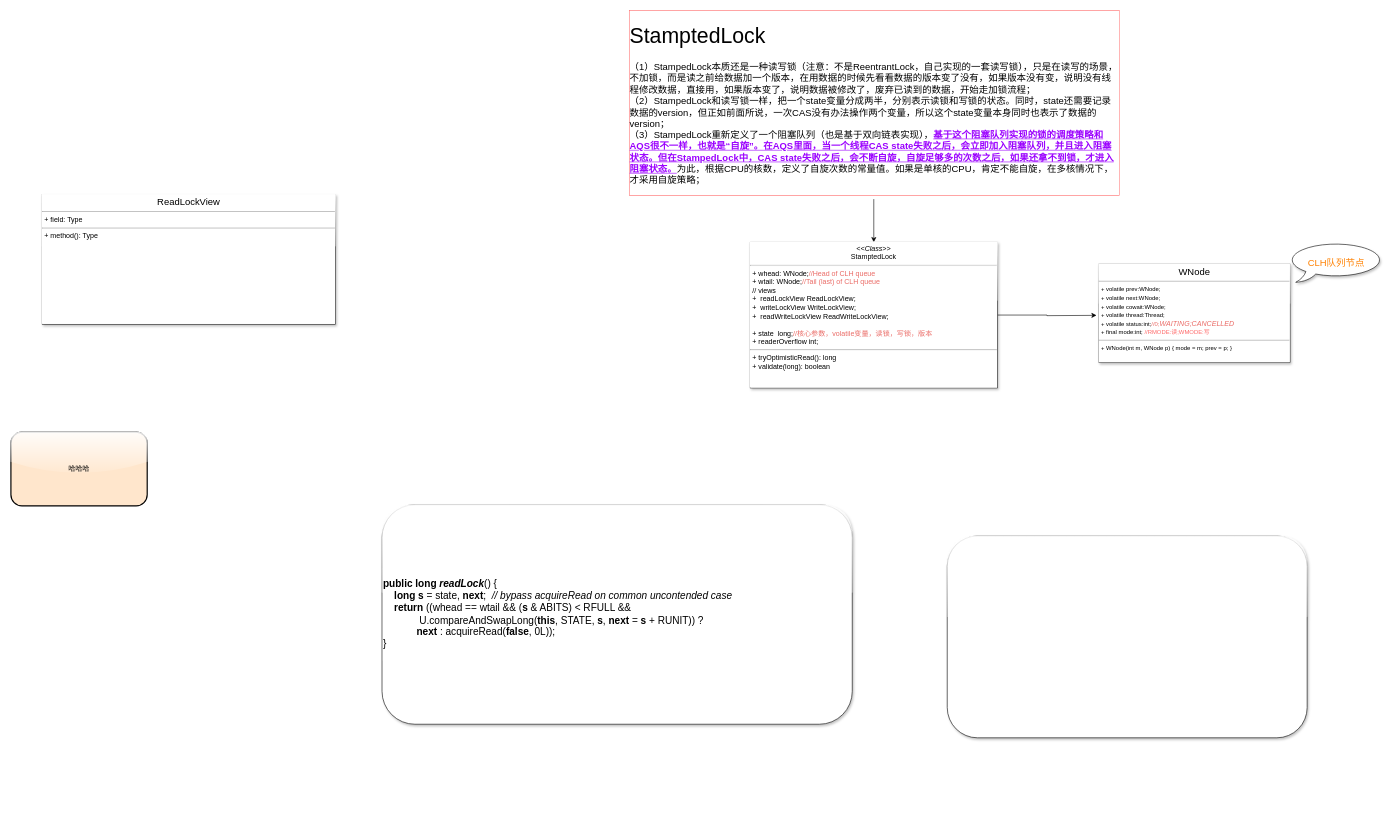
Above: page "StampedLock" (4 of 7) of JUC-锁.drawio in leoliangyixun/yuxin (draw.io), before the change. Source tidied: cells renumbered, new cells numbered last; positions are measured from the earlier drawing's top-left corner, leaving out a move shared by most shapes. Both pictures are drawn from the tidied source at 59%, with x=0, y=0 at pixel (11, 16).
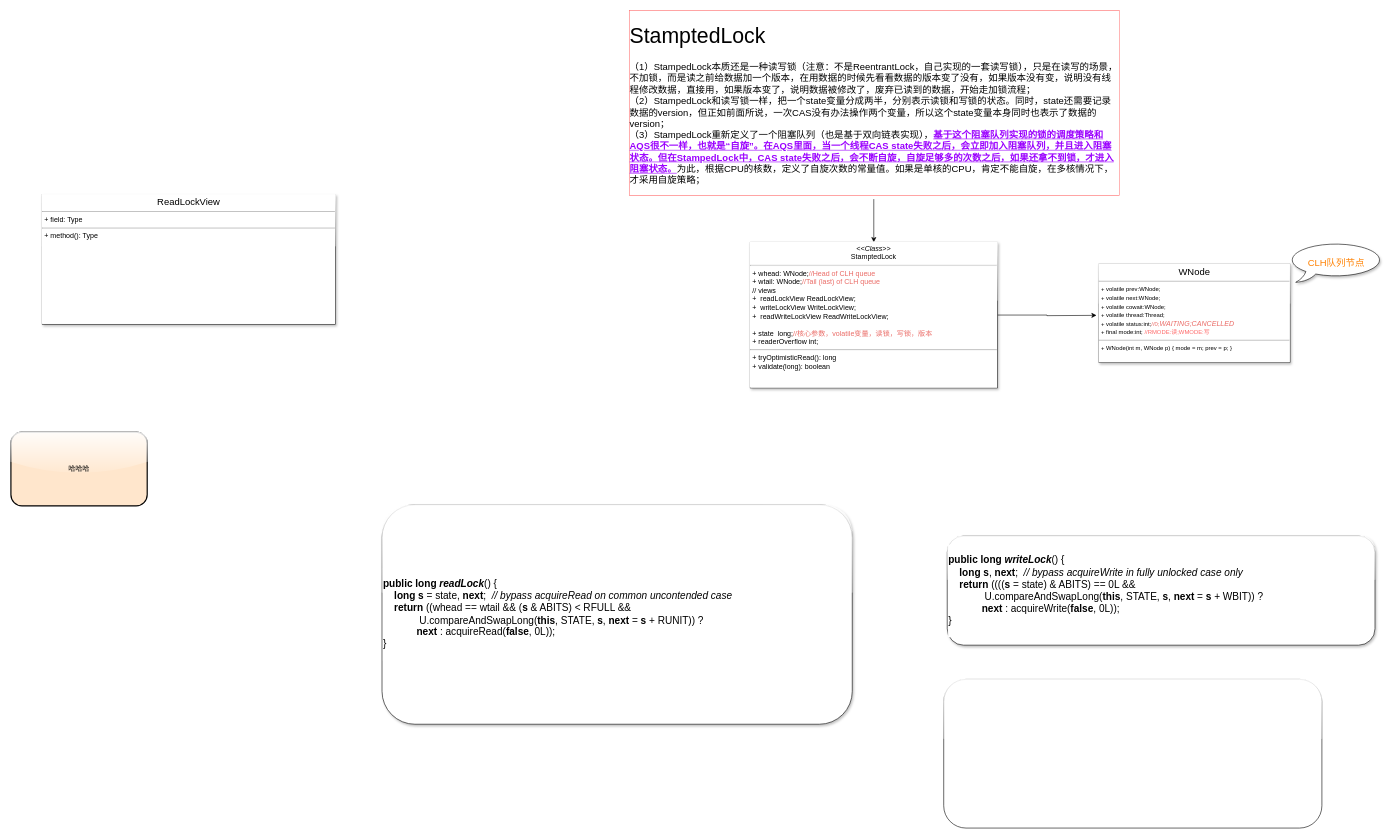
The same page after the edit.

What changed in the source:
```diff
@@
 <mxGraphModel>
   <root>
     <mxCell id="0" />
     <mxCell id="1" parent="0" />
     <mxCell id="2" style="edgeStyle=orthogonalEdgeStyle;rounded=0;jettySize=auto;html=1;fontFamily=Helvetica;fontSize=16;fontColor=#000000;" parent="1" edge="1" source="3" target="5">
       <mxGeometry relative="1" as="geometry" />
     </mxCell>
     <mxCell id="3" value="&lt;h1&gt;&lt;span style=&quot;font-weight: 400 ; text-align: center&quot;&gt;&lt;font style=&quot;font-size: 36px&quot;&gt;StamptedLock&lt;/font&gt;&lt;/span&gt;&lt;br&gt;&lt;/h1&gt;&lt;p&gt;（1）StampedLock本质还是一种读写锁（注意：不是ReentrantLock，自己实现的一套读写锁），只是在读写的场景，不加锁，而是读之前给数据加一个版本，在用数据的时候先看看数据的版本变了没有，如果版本没有变，说明没有线程修改数据，直接用，如果版本变了，说明数据被修改了，废弃已读到的数据，开始走加锁流程；&lt;br&gt;（2）StampedLock和读写锁一样，把一个state变量分成两半，分别表示读锁和写锁的状态。同时，state还需要记录数据的version，但正如前面所说，一次CAS没有办法操作两个变量，所以这个state变量本身同时也表示了数据的version；&lt;br&gt;（3）StampedLock重新定义了一个阻塞队列（也是基于双向链表实现），&lt;u style=&quot;color: rgb(155 , 0 , 255) ; font-weight: bold&quot;&gt;基于这个阻塞队列实现的锁的调度策略和AQS很不一样，也就是“自旋”。在AQS里面，当一个线程CAS state失败之后，会立即加入阻塞队列，并且进入阻塞状态。但在StampedLock中，CAS state失败之后，会不断自旋，自旋足够多的次数之后，如果还拿不到锁，才进入阻塞状态。&lt;/u&gt;为此，根据CPU的核数，定义了自旋次数的常量值。如果是单核的CPU，肯定不能自旋，在多核情况下，才采用自旋策略；&lt;br&gt;&lt;/p&gt;" style="text;html=1;strokeColor=none;fillColor=none;spacing=5;spacingTop=-20;whiteSpace=wrap;overflow=hidden;rounded=0;shadow=1;glass=1;labelBackgroundColor=#ffffff;fontFamily=Helvetica;fontSize=16;fontColor=#000000;align=left;labelBorderColor=#FF6666;" parent="1" vertex="1">
       <mxGeometry x="1042.5" width="840" height="310" as="geometry" />
     </mxCell>
     <mxCell id="4" style="edgeStyle=orthogonalEdgeStyle;rounded=0;jettySize=auto;html=1;exitX=1;exitY=0.5;exitDx=0;exitDy=0;fontFamily=Helvetica;fontSize=12;fontColor=#FF8000;" parent="1" edge="1" source="5">
       <mxGeometry relative="1" as="geometry">
         <mxPoint x="1840" y="507" as="targetPoint" />
       </mxGeometry>
     </mxCell>
     <mxCell id="5" value="&lt;p style=&quot;margin: 4px 0px 0px; text-align: center; font-size: 12px;&quot;&gt;&lt;i style=&quot;font-size: 12px;&quot;&gt;&amp;lt;&amp;lt;Class&amp;gt;&amp;gt;&lt;/i&gt;&lt;br style=&quot;font-size: 12px;&quot;&gt;&lt;span style=&quot;font-size: 12px;&quot;&gt;StamptedLock&lt;/span&gt;&lt;/p&gt;&lt;hr style=&quot;font-size: 12px;&quot;&gt;&lt;p style=&quot;margin: 0px 0px 0px 4px; font-size: 12px;&quot;&gt;+ whead: WNode;&lt;font color=&quot;#ea6b66&quot; style=&quot;font-size: 12px;&quot;&gt;//Head of CLH queue&lt;/font&gt;&lt;/p&gt;&lt;p style=&quot;margin: 0px 0px 0px 4px; font-size: 12px;&quot;&gt;+ wtail: WNode;&lt;font color=&quot;#ea6b66&quot; style=&quot;font-size: 12px;&quot;&gt;//Tail (last) of CLH queue&lt;/font&gt;&lt;/p&gt;&lt;p style=&quot;margin: 0px 0px 0px 4px; font-size: 12px;&quot;&gt;// views&lt;/p&gt;&lt;p style=&quot;margin: 0px 0px 0px 4px; font-size: 12px;&quot;&gt;+&amp;nbsp; readLockView ReadLockView;&lt;/p&gt;&lt;p style=&quot;margin: 0px 0px 0px 4px; font-size: 12px;&quot;&gt;+&amp;nbsp; writeLockView WriteLockView;&lt;/p&gt;&lt;p style=&quot;margin: 0px 0px 0px 4px; font-size: 12px;&quot;&gt;+&amp;nbsp; readWriteLockView ReadWriteLockView;&lt;/p&gt;&lt;p style=&quot;margin: 0px 0px 0px 4px; font-size: 12px;&quot;&gt;&lt;br style=&quot;font-size: 12px;&quot;&gt;&lt;/p&gt;&lt;p style=&quot;margin: 0px 0px 0px 4px; font-size: 12px;&quot;&gt;+ state&amp;nbsp; long;&lt;font color=&quot;#ea6b66&quot; style=&quot;font-size: 12px;&quot;&gt;//核心参数，volatile变量，读锁，写锁，版本&lt;/font&gt;&lt;/p&gt;&lt;p style=&quot;margin: 0px 0px 0px 4px; font-size: 12px;&quot;&gt;+ readerOverflow int;&lt;/p&gt;&lt;hr style=&quot;font-size: 12px;&quot;&gt;&lt;p style=&quot;margin: 0px 0px 0px 4px; font-size: 12px;&quot;&gt;+ tryOptimisticRead(): long&lt;br style=&quot;font-size: 12px;&quot;&gt;+ validate(long): boolean&lt;/p&gt;" style="verticalAlign=top;align=left;overflow=fill;fontSize=12;fontFamily=Helvetica;html=1;shadow=1;glass=1;labelBackgroundColor=#ffffff;fontStyle=0;" parent="1" vertex="1">
       <mxGeometry x="1253" y="383" width="419" height="247" as="geometry" />
     </mxCell>
     <mxCell id="6" value="&lt;pre style=&quot;font-family: &amp;quot;pt mono&amp;quot;; font-size: 12.8pt;&quot;&gt;&lt;span style=&quot;font-weight: bold;&quot;&gt;public long &lt;/span&gt;&lt;span style=&quot;font-weight: bold; font-style: italic;&quot;&gt;readLock&lt;/span&gt;&lt;span style=&quot;&quot;&gt;() {&lt;br&gt;&lt;/span&gt;&lt;span style=&quot;&quot;&gt;    &lt;/span&gt;&lt;span style=&quot;font-weight: bold;&quot;&gt;long &lt;/span&gt;&lt;span style=&quot;font-weight: bold&quot;&gt;s &lt;/span&gt;&lt;span style=&quot;&quot;&gt;= &lt;/span&gt;state&lt;span style=&quot;&quot;&gt;, &lt;/span&gt;&lt;span style=&quot;font-weight: bold&quot;&gt;next&lt;/span&gt;&lt;span style=&quot;&quot;&gt;;  &lt;/span&gt;&lt;span style=&quot;font-style: italic;&quot;&gt;// bypass acquireRead on common uncontended case&lt;br&gt;&lt;/span&gt;&lt;span style=&quot;font-style: italic;&quot;&gt;    &lt;/span&gt;&lt;span style=&quot;font-weight: bold;&quot;&gt;return &lt;/span&gt;&lt;span style=&quot;&quot;&gt;((&lt;/span&gt;whead &lt;span style=&quot;&quot;&gt;== &lt;/span&gt;wtail &lt;span style=&quot;&quot;&gt;&amp;amp;&amp;amp; &lt;/span&gt;&lt;span style=&quot;&quot;&gt;(&lt;/span&gt;&lt;span style=&quot;font-weight: bold&quot;&gt;s &lt;/span&gt;&lt;span style=&quot;&quot;&gt;&amp;amp; &lt;/span&gt;&lt;span style=&quot;&quot;&gt;ABITS) &lt;/span&gt;&lt;span style=&quot;&quot;&gt;&amp;lt; &lt;/span&gt;&lt;span style=&quot;&quot;&gt;RFULL &lt;/span&gt;&lt;span style=&quot;&quot;&gt;&amp;amp;&amp;amp;&lt;br&gt;&lt;/span&gt;&lt;span style=&quot;&quot;&gt;             &lt;/span&gt;&lt;span style=&quot;&quot;&gt;U&lt;/span&gt;&lt;span style=&quot;&quot;&gt;.&lt;/span&gt;&lt;span style=&quot;&quot;&gt;compareAndSwapLong&lt;/span&gt;&lt;span style=&quot;&quot;&gt;(&lt;/span&gt;&lt;span style=&quot;font-weight: bold;&quot;&gt;this&lt;/span&gt;&lt;span style=&quot;&quot;&gt;, &lt;/span&gt;&lt;span style=&quot;&quot;&gt;STATE&lt;/span&gt;&lt;span style=&quot;&quot;&gt;, &lt;/span&gt;&lt;span style=&quot;font-weight: bold&quot;&gt;s&lt;/span&gt;&lt;span style=&quot;&quot;&gt;, &lt;/span&gt;&lt;span style=&quot;font-weight: bold&quot;&gt;next &lt;/span&gt;&lt;span style=&quot;&quot;&gt;= &lt;/span&gt;&lt;span style=&quot;font-weight: bold&quot;&gt;s &lt;/span&gt;&lt;span style=&quot;&quot;&gt;+ &lt;/span&gt;&lt;span style=&quot;&quot;&gt;RUNIT)) &lt;/span&gt;&lt;span style=&quot;&quot;&gt;?&lt;br&gt;&lt;/span&gt;&lt;span style=&quot;&quot;&gt;            &lt;/span&gt;&lt;span style=&quot;font-weight: bold&quot;&gt;next &lt;/span&gt;&lt;span style=&quot;&quot;&gt;: &lt;/span&gt;&lt;span style=&quot;&quot;&gt;acquireRead&lt;/span&gt;&lt;span style=&quot;&quot;&gt;(&lt;/span&gt;&lt;span style=&quot;font-weight: bold;&quot;&gt;false&lt;/span&gt;&lt;span style=&quot;&quot;&gt;, &lt;/span&gt;&lt;span style=&quot;&quot;&gt;0L&lt;/span&gt;&lt;span style=&quot;&quot;&gt;))&lt;/span&gt;&lt;span style=&quot;&quot;&gt;;&lt;br&gt;&lt;/span&gt;&lt;span style=&quot;&quot;&gt;}&lt;/span&gt;&lt;/pre&gt;" style="rounded=1;whiteSpace=wrap;html=1;shadow=1;glass=1;labelBackgroundColor=#ffffff;fontFamily=Helvetica;fontSize=14;align=left;" parent="1" vertex="1">
       <mxGeometry x="629" y="828" width="797" height="372" as="geometry" />
     </mxCell>
-    <mxCell id="7" style="rounded=1;whiteSpace=wrap;html=1;shadow=1;glass=1;labelBackgroundColor=#ffffff;fontFamily=Helvetica;fontSize=14;fontColor=#000000;align=left;" parent="1" vertex="1">
-      <mxGeometry x="1587" y="881" width="610" height="342" as="geometry" />
+    <mxCell id="7" value="&lt;pre style=&quot;font-family: &amp;quot;pt mono&amp;quot; ; font-size: 12.8pt&quot;&gt;&lt;pre style=&quot;font-family: &amp;quot;pt mono&amp;quot;; font-size: 12.8pt;&quot;&gt;&lt;span style=&quot;font-weight: bold;&quot;&gt;public long &lt;/span&gt;&lt;span style=&quot;font-weight: bold; font-style: italic;&quot;&gt;writeLock&lt;/span&gt;&lt;span style=&quot;&quot;&gt;() {&lt;br&gt;&lt;/span&gt;&lt;span style=&quot;&quot;&gt;    &lt;/span&gt;&lt;span style=&quot;font-weight: bold;&quot;&gt;long &lt;/span&gt;&lt;span style=&quot;font-weight: bold&quot;&gt;s&lt;/span&gt;&lt;span style=&quot;&quot;&gt;, &lt;/span&gt;&lt;span style=&quot;font-weight: bold&quot;&gt;next&lt;/span&gt;&lt;span style=&quot;&quot;&gt;;  &lt;/span&gt;&lt;span style=&quot;font-style: italic;&quot;&gt;// bypass acquireWrite in fully unlocked case only&lt;br&gt;&lt;/span&gt;&lt;span style=&quot;font-style: italic;&quot;&gt;    &lt;/span&gt;&lt;span style=&quot;font-weight: bold;&quot;&gt;return &lt;/span&gt;&lt;span style=&quot;&quot;&gt;((((&lt;/span&gt;&lt;span style=&quot;font-weight: bold&quot;&gt;s &lt;/span&gt;&lt;span style=&quot;&quot;&gt;= &lt;/span&gt;state&lt;span style=&quot;&quot;&gt;) &lt;/span&gt;&lt;span style=&quot;&quot;&gt;&amp;amp; &lt;/span&gt;&lt;span style=&quot;&quot;&gt;ABITS) &lt;/span&gt;&lt;span style=&quot;&quot;&gt;== &lt;/span&gt;&lt;span style=&quot;&quot;&gt;0L &lt;/span&gt;&lt;span style=&quot;&quot;&gt;&amp;amp;&amp;amp;&lt;br&gt;&lt;/span&gt;&lt;span style=&quot;&quot;&gt;             &lt;/span&gt;&lt;span style=&quot;&quot;&gt;U&lt;/span&gt;&lt;span style=&quot;&quot;&gt;.&lt;/span&gt;&lt;span style=&quot;&quot;&gt;compareAndSwapLong&lt;/span&gt;&lt;span style=&quot;&quot;&gt;(&lt;/span&gt;&lt;span style=&quot;font-weight: bold;&quot;&gt;this&lt;/span&gt;&lt;span style=&quot;&quot;&gt;, &lt;/span&gt;&lt;span style=&quot;&quot;&gt;STATE&lt;/span&gt;&lt;span style=&quot;&quot;&gt;, &lt;/span&gt;&lt;span style=&quot;font-weight: bold&quot;&gt;s&lt;/span&gt;&lt;span style=&quot;&quot;&gt;, &lt;/span&gt;&lt;span style=&quot;font-weight: bold&quot;&gt;next &lt;/span&gt;&lt;span style=&quot;&quot;&gt;= &lt;/span&gt;&lt;span style=&quot;font-weight: bold&quot;&gt;s &lt;/span&gt;&lt;span style=&quot;&quot;&gt;+ &lt;/span&gt;&lt;span style=&quot;&quot;&gt;WBIT)) &lt;/span&gt;&lt;span style=&quot;&quot;&gt;?&lt;br&gt;&lt;/span&gt;&lt;span style=&quot;&quot;&gt;            &lt;/span&gt;&lt;span style=&quot;font-weight: bold&quot;&gt;next &lt;/span&gt;&lt;span style=&quot;&quot;&gt;: &lt;/span&gt;&lt;span style=&quot;&quot;&gt;acquireWrite&lt;/span&gt;&lt;span style=&quot;&quot;&gt;(&lt;/span&gt;&lt;span style=&quot;font-weight: bold;&quot;&gt;false&lt;/span&gt;&lt;span style=&quot;&quot;&gt;, &lt;/span&gt;&lt;span style=&quot;&quot;&gt;0L&lt;/span&gt;&lt;span style=&quot;&quot;&gt;))&lt;/span&gt;&lt;span style=&quot;&quot;&gt;;&lt;br&gt;&lt;/span&gt;&lt;span style=&quot;&quot;&gt;}&lt;/span&gt;&lt;/pre&gt;&lt;/pre&gt;" style="rounded=1;whiteSpace=wrap;html=1;shadow=1;glass=1;labelBackgroundColor=#ffffff;fontFamily=Helvetica;fontSize=14;align=left;" parent="1" vertex="1">
+      <mxGeometry x="1587" y="881" width="725" height="185" as="geometry" />
     </mxCell>
     <mxCell id="8" value="&lt;p style=&quot;margin: 0px ; margin-top: 4px ; text-align: center&quot;&gt;&lt;span style=&quot;font-size: 16px ; text-align: left&quot;&gt;ReadLockView&lt;/span&gt;&lt;br&gt;&lt;/p&gt;&lt;hr size=&quot;1&quot;&gt;&lt;p style=&quot;margin: 0px ; margin-left: 4px&quot;&gt;+ field: Type&lt;/p&gt;&lt;hr size=&quot;1&quot;&gt;&lt;p style=&quot;margin: 0px ; margin-left: 4px&quot;&gt;+ method(): Type&lt;/p&gt;" style="verticalAlign=top;align=left;overflow=fill;fontSize=12;fontFamily=Helvetica;html=1;shadow=1;glass=1;labelBackgroundColor=#ffffff;fontColor=#000000;" parent="1" vertex="1">
       <mxGeometry x="53" y="302" width="497" height="220" as="geometry" />
     </mxCell>
     <mxCell id="9" value="&lt;p style=&quot;margin: 0px ; margin-top: 4px ; text-align: center&quot;&gt;&lt;span style=&quot;font-size: 16px ; text-align: left&quot;&gt;WNode&lt;/span&gt;&lt;br&gt;&lt;/p&gt;&lt;hr size=&quot;1&quot;&gt;&lt;p style=&quot;margin: 0px ; margin-left: 4px&quot;&gt;&lt;span style=&quot;font-size: x-small&quot;&gt;+ volatile prev:WNode;&lt;/span&gt;&lt;br&gt;&lt;/p&gt;&lt;p style=&quot;margin: 0px ; margin-left: 4px&quot;&gt;&lt;font size=&quot;1&quot;&gt;+ volatile next:WNode;&lt;/font&gt;&lt;/p&gt;&lt;p style=&quot;margin: 0px ; margin-left: 4px&quot;&gt;&lt;font size=&quot;1&quot;&gt;+ volatile cowait:WNode;&lt;/font&gt;&lt;/p&gt;&lt;p style=&quot;margin: 0px ; margin-left: 4px&quot;&gt;&lt;font size=&quot;1&quot;&gt;+ volatile thread:Thread;&lt;/font&gt;&lt;/p&gt;&lt;p style=&quot;margin: 0px ; margin-left: 4px&quot;&gt;&lt;font size=&quot;1&quot;&gt;+ volatile status:int;&lt;font color=&quot;#ea6b66&quot;&gt;//0;&lt;/font&gt;&lt;/font&gt;&lt;span style=&quot;font-style: italic&quot;&gt;&lt;font style=&quot;font-size: 12px&quot; color=&quot;#ea6b66&quot;&gt;WAITING;CANCELLED&lt;/font&gt;&lt;/span&gt;&lt;/p&gt;&lt;p style=&quot;margin: 0px ; margin-left: 4px&quot;&gt;&lt;font size=&quot;1&quot;&gt;+ final mode:int;&lt;font color=&quot;#ff6666&quot;&gt; //RMODE:读;WMODE:写&lt;/font&gt;&lt;/font&gt;&lt;/p&gt;&lt;hr size=&quot;1&quot;&gt;&lt;p style=&quot;margin: 0px ; margin-left: 4px&quot;&gt;&lt;span style=&quot;font-size: x-small&quot;&gt;+ WNode(int m, WNode p) { mode = m; prev = p; }&lt;/span&gt;&lt;br&gt;&lt;/p&gt;" style="verticalAlign=top;align=left;overflow=fill;fontSize=12;fontFamily=Helvetica;html=1;shadow=1;glass=1;labelBackgroundColor=#ffffff;fontColor=#000000;" parent="1" vertex="1">
       <mxGeometry x="1844" y="420" width="324" height="167" as="geometry" />
     </mxCell>
     <mxCell id="10" value="CLH队列节点" style="whiteSpace=wrap;html=1;shape=mxgraph.basic.oval_callout;shadow=1;glass=1;labelBackgroundColor=#ffffff;fontFamily=Helvetica;fontSize=16;align=center;fontColor=#FF8000;" parent="1" vertex="1">
       <mxGeometry x="2164" y="383" width="165" height="68" as="geometry" />
     </mxCell>
     <mxCell id="11" value="哈哈哈" style="rounded=1;whiteSpace=wrap;html=1;strokeWidth=2;fillWeight=4;hachureGap=8;hachureAngle=45;fillColor=#ffe6cc;sketch=0;shadow=0;glass=1;labelBackgroundColor=none;fontFamily=Helvetica;fontSize=12;align=center;" parent="1" vertex="1">
       <mxGeometry y="705" width="231" height="125" as="geometry" />
     </mxCell>
+    <mxCell id="12" style="rounded=1;whiteSpace=wrap;html=1;shadow=0;glass=1;labelBackgroundColor=#ffffff;sketch=0;fontFamily=Helvetica;fontSize=12;fontColor=#000000;strokeColor=#000000;gradientColor=none;align=center;" parent="1" vertex="1">
+      <mxGeometry x="1581" y="1124" width="641" height="252" as="geometry" />
+    </mxCell>
   </root>
 </mxGraphModel>
```
